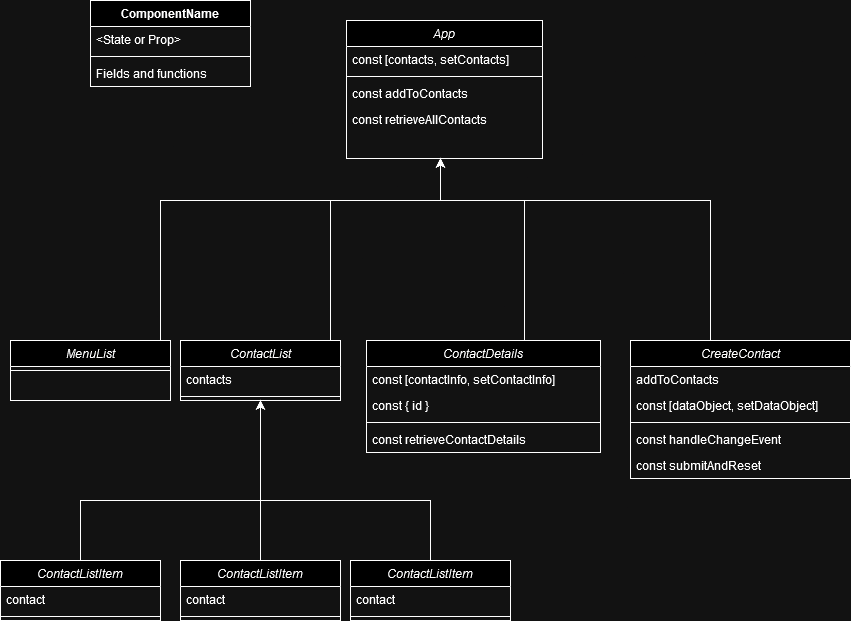
Earlier version of the draw.io export component_tree_dark.png (boolean-uk/react-address-book-part-1). Source tidied: cells renumbered, new cells last; positions are measured from the earlier drawing's top-left corner, leaving out a move shared by most shapes.
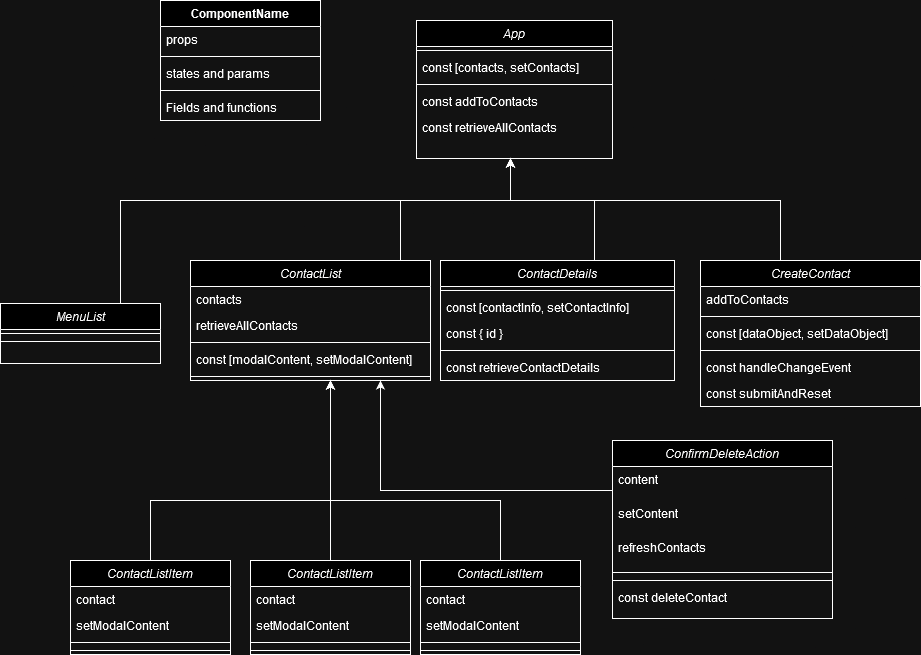
Later version of the same file.

Commit message:
Extension 1/3 - Updated component tree and state_model to handle deletions

Diff of the diagram source:
```diff
@@ -5,32 +5,38 @@
     <mxCell id="2" value="App" style="swimlane;fontStyle=2;align=center;verticalAlign=top;horizontal=1;startSize=26;rounded=0;shadow=0;strokeWidth=1;" parent="1" vertex="1">
       <mxGeometry x="346" y="20" width="196" height="138" as="geometry" />
     </mxCell>
+    <mxCell id="43" style="line;strokeWidth=1;fillColor=none;align=left;verticalAlign=middle;spacingTop=-1;spacingLeft=3;spacingRight=3;labelPosition=right;strokeColor=inherit;" parent="2" vertex="1">
+      <mxGeometry y="26" width="196" height="8" as="geometry" />
+    </mxCell>
     <mxCell id="3" value="const [contacts, setContacts]" style="text;strokeColor=none;fillColor=none;align=left;verticalAlign=top;spacingLeft=4;spacingRight=4;overflow=hidden;whiteSpace=wrap;html=1;" parent="2" vertex="1">
-      <mxGeometry y="26" width="196" height="26" as="geometry" />
+      <mxGeometry y="34" width="196" height="26" as="geometry" />
     </mxCell>
     <mxCell id="4" style="line;html=1;strokeWidth=1;align=left;verticalAlign=middle;spacingTop=-1;spacingLeft=3;spacingRight=3;labelPosition=right;" parent="2" vertex="1">
-      <mxGeometry y="52" width="196" height="8" as="geometry" />
+      <mxGeometry y="60" width="196" height="8" as="geometry" />
     </mxCell>
     <mxCell id="5" value="const addToContacts" style="text;strokeColor=none;fillColor=none;align=left;verticalAlign=top;spacingLeft=4;spacingRight=4;overflow=hidden;whiteSpace=wrap;html=1;" parent="2" vertex="1">
-      <mxGeometry y="60" width="196" height="26" as="geometry" />
+      <mxGeometry y="68" width="196" height="26" as="geometry" />
     </mxCell>
     <mxCell id="6" value="const retrieveAllContacts" style="text;strokeColor=none;fillColor=none;align=left;verticalAlign=top;spacingLeft=4;spacingRight=4;overflow=hidden;whiteSpace=wrap;html=1;" parent="2" vertex="1">
-      <mxGeometry y="86" width="196" height="26" as="geometry" />
+      <mxGeometry y="94" width="196" height="26" as="geometry" />
     </mxCell>
     <mxCell id="7" style="edgeStyle=orthogonalEdgeStyle;rounded=0;jettySize=auto;html=1;" parent="1" edge="1" source="8" target="2">
       <mxGeometry relative="1" as="geometry">
         <Array as="points">
-          <mxPoint x="160" y="200" />
+          <mxPoint x="50" y="200" />
           <mxPoint x="440" y="200" />
         </Array>
       </mxGeometry>
     </mxCell>
     <mxCell id="8" value="MenuList" style="swimlane;fontStyle=2;align=center;verticalAlign=top;horizontal=1;startSize=26;rounded=0;shadow=0;strokeWidth=1;" parent="1" vertex="1">
-      <mxGeometry x="10" y="340" width="160" height="60" as="geometry" />
+      <mxGeometry x="-70" y="303" width="160" height="60" as="geometry" />
     </mxCell>
     <mxCell id="9" style="line;html=1;strokeWidth=1;align=left;verticalAlign=middle;spacingTop=-1;spacingLeft=3;spacingRight=3;labelPosition=right;" parent="8" vertex="1">
       <mxGeometry y="26" width="160" height="8" as="geometry" />
     </mxCell>
+    <mxCell id="44" style="line;strokeWidth=1;fillColor=none;align=left;verticalAlign=middle;spacingTop=-1;spacingLeft=3;spacingRight=3;labelPosition=right;strokeColor=inherit;" parent="8" vertex="1">
+      <mxGeometry y="34" width="160" height="8" as="geometry" />
+    </mxCell>
     <mxCell id="10" style="edgeStyle=orthogonalEdgeStyle;rounded=0;jettySize=auto;html=1;" parent="1" edge="1" source="11" target="2">
       <mxGeometry relative="1" as="geometry">
         <Array as="points">
@@ -40,13 +46,22 @@
       </mxGeometry>
     </mxCell>
     <mxCell id="11" value="ContactList" style="swimlane;fontStyle=2;align=center;verticalAlign=top;horizontal=1;startSize=26;rounded=0;shadow=0;strokeWidth=1;" parent="1" vertex="1">
-      <mxGeometry x="180" y="340" width="160" height="60" as="geometry" />
+      <mxGeometry x="120" y="260" width="240" height="120" as="geometry" />
     </mxCell>
     <mxCell id="12" value="contacts" style="text;strokeColor=none;fillColor=none;align=left;verticalAlign=top;spacingLeft=4;spacingRight=4;overflow=hidden;whiteSpace=wrap;html=1;" parent="11" vertex="1">
-      <mxGeometry y="26" width="160" height="26" as="geometry" />
+      <mxGeometry y="26" width="240" height="26" as="geometry" />
     </mxCell>
+    <mxCell id="45" value="retrieveAllContacts" style="text;strokeColor=none;fillColor=none;align=left;verticalAlign=top;spacingLeft=4;spacingRight=4;overflow=hidden;whiteSpace=wrap;html=1;" parent="11" vertex="1">
+      <mxGeometry y="52" width="240" height="26" as="geometry" />
+    </mxCell>
+    <mxCell id="46" style="line;strokeWidth=1;fillColor=none;align=left;verticalAlign=middle;spacingTop=-1;spacingLeft=3;spacingRight=3;labelPosition=right;strokeColor=inherit;" parent="11" vertex="1">
+      <mxGeometry y="78" width="240" height="8" as="geometry" />
+    </mxCell>
+    <mxCell id="47" value="const [modalContent, setModalContent]" style="text;strokeColor=none;fillColor=none;align=left;verticalAlign=top;spacingLeft=4;spacingRight=4;overflow=hidden;whiteSpace=wrap;html=1;" parent="11" vertex="1">
+      <mxGeometry y="86" width="240" height="26" as="geometry" />
+    </mxCell>
     <mxCell id="13" style="line;html=1;strokeWidth=1;align=left;verticalAlign=middle;spacingTop=-1;spacingLeft=3;spacingRight=3;labelPosition=right;" parent="11" vertex="1">
-      <mxGeometry y="52" width="160" height="8" as="geometry" />
+      <mxGeometry y="112" width="240" height="8" as="geometry" />
     </mxCell>
     <mxCell id="14" style="edgeStyle=orthogonalEdgeStyle;rounded=0;jettySize=auto;html=1;" parent="1" edge="1" source="15" target="2">
       <mxGeometry relative="1" as="geometry">
@@ -57,19 +72,22 @@
       </mxGeometry>
     </mxCell>
     <mxCell id="15" value="ContactDetails" style="swimlane;fontStyle=2;align=center;verticalAlign=top;horizontal=1;startSize=26;rounded=0;shadow=0;strokeWidth=1;" parent="1" vertex="1">
-      <mxGeometry x="366" y="340" width="234" height="112" as="geometry" />
+      <mxGeometry x="370" y="260" width="234" height="120" as="geometry" />
     </mxCell>
+    <mxCell id="48" style="line;strokeWidth=1;fillColor=none;align=left;verticalAlign=middle;spacingTop=-1;spacingLeft=3;spacingRight=3;labelPosition=right;strokeColor=inherit;" parent="15" vertex="1">
+      <mxGeometry y="26" width="234" height="8" as="geometry" />
+    </mxCell>
     <mxCell id="16" value="const [contactInfo, setContactInfo]" style="text;strokeColor=none;fillColor=none;align=left;verticalAlign=top;spacingLeft=4;spacingRight=4;overflow=hidden;whiteSpace=wrap;html=1;" parent="15" vertex="1">
-      <mxGeometry y="26" width="234" height="26" as="geometry" />
+      <mxGeometry y="34" width="234" height="26" as="geometry" />
     </mxCell>
     <mxCell id="17" value="const { id }" style="text;strokeColor=none;fillColor=none;align=left;verticalAlign=top;spacingLeft=4;spacingRight=4;overflow=hidden;whiteSpace=wrap;html=1;" parent="15" vertex="1">
-      <mxGeometry y="52" width="234" height="26" as="geometry" />
+      <mxGeometry y="60" width="234" height="26" as="geometry" />
     </mxCell>
     <mxCell id="18" style="line;html=1;strokeWidth=1;align=left;verticalAlign=middle;spacingTop=-1;spacingLeft=3;spacingRight=3;labelPosition=right;" parent="15" vertex="1">
-      <mxGeometry y="78" width="234" height="8" as="geometry" />
+      <mxGeometry y="86" width="234" height="8" as="geometry" />
     </mxCell>
     <mxCell id="19" value="const retrieveContactDetails" style="text;strokeColor=none;fillColor=none;align=left;verticalAlign=top;spacingLeft=4;spacingRight=4;overflow=hidden;whiteSpace=wrap;html=1;" parent="15" vertex="1">
-      <mxGeometry y="86" width="234" height="26" as="geometry" />
+      <mxGeometry y="94" width="234" height="26" as="geometry" />
     </mxCell>
     <mxCell id="20" style="edgeStyle=orthogonalEdgeStyle;rounded=0;jettySize=auto;html=1;" parent="1" edge="1" source="21" target="2">
       <mxGeometry relative="1" as="geometry">
@@ -80,22 +98,25 @@
       </mxGeometry>
     </mxCell>
     <mxCell id="21" value="CreateContact" style="swimlane;fontStyle=2;align=center;verticalAlign=top;horizontal=1;startSize=26;rounded=0;shadow=0;strokeWidth=1;" parent="1" vertex="1">
-      <mxGeometry x="630" y="340" width="220" height="138" as="geometry" />
+      <mxGeometry x="630" y="260" width="220" height="146" as="geometry" />
     </mxCell>
     <mxCell id="22" value="addToContacts" style="text;strokeColor=none;fillColor=none;align=left;verticalAlign=top;spacingLeft=4;spacingRight=4;overflow=hidden;whiteSpace=wrap;html=1;" parent="21" vertex="1">
       <mxGeometry y="26" width="220" height="26" as="geometry" />
     </mxCell>
+    <mxCell id="49" style="line;strokeWidth=1;fillColor=none;align=left;verticalAlign=middle;spacingTop=-1;spacingLeft=3;spacingRight=3;labelPosition=right;strokeColor=inherit;" parent="21" vertex="1">
+      <mxGeometry y="52" width="220" height="8" as="geometry" />
+    </mxCell>
     <mxCell id="23" value="const [dataObject, setDataObject]" style="text;strokeColor=none;fillColor=none;align=left;verticalAlign=top;spacingLeft=4;spacingRight=4;overflow=hidden;whiteSpace=wrap;html=1;" parent="21" vertex="1">
-      <mxGeometry y="52" width="220" height="26" as="geometry" />
+      <mxGeometry y="60" width="220" height="26" as="geometry" />
     </mxCell>
     <mxCell id="24" style="line;html=1;strokeWidth=1;align=left;verticalAlign=middle;spacingTop=-1;spacingLeft=3;spacingRight=3;labelPosition=right;" parent="21" vertex="1">
-      <mxGeometry y="78" width="220" height="8" as="geometry" />
+      <mxGeometry y="86" width="220" height="8" as="geometry" />
     </mxCell>
     <mxCell id="25" value="const handleChangeEvent" style="text;strokeColor=none;fillColor=none;align=left;verticalAlign=top;spacingLeft=4;spacingRight=4;overflow=hidden;whiteSpace=wrap;html=1;" parent="21" vertex="1">
-      <mxGeometry y="86" width="220" height="26" as="geometry" />
+      <mxGeometry y="94" width="220" height="26" as="geometry" />
     </mxCell>
     <mxCell id="26" value="const submitAndReset" style="text;strokeColor=none;fillColor=none;align=left;verticalAlign=top;spacingLeft=4;spacingRight=4;overflow=hidden;whiteSpace=wrap;html=1;" parent="21" vertex="1">
-      <mxGeometry y="112" width="220" height="26" as="geometry" />
+      <mxGeometry y="120" width="220" height="26" as="geometry" />
     </mxCell>
     <mxCell id="27" style="edgeStyle=orthogonalEdgeStyle;rounded=0;jettySize=auto;html=1;" parent="1" edge="1" source="28" target="11">
       <mxGeometry relative="1" as="geometry">
@@ -106,37 +127,60 @@
       </mxGeometry>
     </mxCell>
     <mxCell id="28" value="ContactListItem" style="swimlane;fontStyle=2;align=center;verticalAlign=top;horizontal=1;startSize=26;rounded=0;shadow=0;strokeWidth=1;" parent="1" vertex="1">
-      <mxGeometry y="560" width="160" height="60" as="geometry" />
+      <mxGeometry y="560" width="160" height="94" as="geometry" />
     </mxCell>
     <mxCell id="29" value="contact" style="text;strokeColor=none;fillColor=none;align=left;verticalAlign=top;spacingLeft=4;spacingRight=4;overflow=hidden;whiteSpace=wrap;html=1;" parent="28" vertex="1">
       <mxGeometry y="26" width="160" height="26" as="geometry" />
     </mxCell>
+    <mxCell id="50" value="setModalContent" style="text;strokeColor=none;fillColor=none;align=left;verticalAlign=top;spacingLeft=4;spacingRight=4;overflow=hidden;whiteSpace=wrap;html=1;" parent="28" vertex="1">
+      <mxGeometry y="52" width="160" height="26" as="geometry" />
+    </mxCell>
+    <mxCell id="51" style="line;strokeWidth=1;fillColor=none;align=left;verticalAlign=middle;spacingTop=-1;spacingLeft=3;spacingRight=3;labelPosition=right;strokeColor=inherit;" parent="28" vertex="1">
+      <mxGeometry y="78" width="160" height="8" as="geometry" />
+    </mxCell>
     <mxCell id="30" style="line;html=1;strokeWidth=1;align=left;verticalAlign=middle;spacingTop=-1;spacingLeft=3;spacingRight=3;labelPosition=right;" parent="28" vertex="1">
-      <mxGeometry y="52" width="160" height="8" as="geometry" />
+      <mxGeometry y="86" width="160" height="8" as="geometry" />
     </mxCell>
     <mxCell id="31" value="ComponentName" style="swimlane;fontStyle=1;align=center;verticalAlign=top;horizontal=1;startSize=26;whiteSpace=wrap;html=1;" parent="1" vertex="1">
-      <mxGeometry x="90" width="160" height="86" as="geometry" />
+      <mxGeometry x="90" width="160" height="120" as="geometry" />
     </mxCell>
-    <mxCell id="32" value="&amp;lt;State or Prop&amp;gt;" style="text;strokeColor=none;fillColor=none;align=left;verticalAlign=top;spacingLeft=4;spacingRight=4;overflow=hidden;whiteSpace=wrap;html=1;" parent="31" vertex="1">
+    <mxCell id="32" value="props" style="text;strokeColor=none;fillColor=none;align=left;verticalAlign=top;spacingLeft=4;spacingRight=4;overflow=hidden;whiteSpace=wrap;html=1;" parent="31" vertex="1">
       <mxGeometry y="26" width="160" height="26" as="geometry" />
     </mxCell>
     <mxCell id="33" style="line;strokeWidth=1;fillColor=none;align=left;verticalAlign=middle;spacingTop=-1;spacingLeft=3;spacingRight=3;labelPosition=right;strokeColor=inherit;" parent="31" vertex="1">
       <mxGeometry y="52" width="160" height="8" as="geometry" />
     </mxCell>
+    <mxCell id="52" value="states and params" style="text;strokeColor=none;fillColor=none;align=left;verticalAlign=top;spacingLeft=4;spacingRight=4;overflow=hidden;whiteSpace=wrap;html=1;" parent="31" vertex="1">
+      <mxGeometry y="60" width="160" height="26" as="geometry" />
+    </mxCell>
+    <mxCell id="53" style="line;strokeWidth=1;fillColor=none;align=left;verticalAlign=middle;spacingTop=-1;spacingLeft=3;spacingRight=3;labelPosition=right;strokeColor=inherit;" parent="31" vertex="1">
+      <mxGeometry y="86" width="160" height="8" as="geometry" />
+    </mxCell>
     <mxCell id="34" value="Fields and functions" style="text;strokeColor=none;fillColor=none;align=left;verticalAlign=top;spacingLeft=4;spacingRight=4;overflow=hidden;whiteSpace=wrap;html=1;" parent="31" vertex="1">
-      <mxGeometry y="60" width="160" height="26" as="geometry" />
+      <mxGeometry y="94" width="160" height="26" as="geometry" />
     </mxCell>
     <mxCell id="35" style="edgeStyle=orthogonalEdgeStyle;rounded=0;jettySize=auto;html=1;" parent="1" edge="1" source="36" target="11">
-      <mxGeometry relative="1" as="geometry" />
+      <mxGeometry relative="1" as="geometry">
+        <Array as="points">
+          <mxPoint x="260" y="430" />
+          <mxPoint x="260" y="430" />
+        </Array>
+      </mxGeometry>
     </mxCell>
     <mxCell id="36" value="ContactListItem" style="swimlane;fontStyle=2;align=center;verticalAlign=top;horizontal=1;startSize=26;rounded=0;shadow=0;strokeWidth=1;" parent="1" vertex="1">
-      <mxGeometry x="180" y="560" width="160" height="60" as="geometry" />
+      <mxGeometry x="180" y="560" width="160" height="94" as="geometry" />
     </mxCell>
     <mxCell id="37" value="contact" style="text;strokeColor=none;fillColor=none;align=left;verticalAlign=top;spacingLeft=4;spacingRight=4;overflow=hidden;whiteSpace=wrap;html=1;" parent="36" vertex="1">
       <mxGeometry y="26" width="160" height="26" as="geometry" />
     </mxCell>
+    <mxCell id="54" value="setModalContent" style="text;strokeColor=none;fillColor=none;align=left;verticalAlign=top;spacingLeft=4;spacingRight=4;overflow=hidden;whiteSpace=wrap;html=1;" parent="36" vertex="1">
+      <mxGeometry y="52" width="160" height="26" as="geometry" />
+    </mxCell>
+    <mxCell id="55" style="line;strokeWidth=1;fillColor=none;align=left;verticalAlign=middle;spacingTop=-1;spacingLeft=3;spacingRight=3;labelPosition=right;strokeColor=inherit;" parent="36" vertex="1">
+      <mxGeometry y="78" width="160" height="8" as="geometry" />
+    </mxCell>
     <mxCell id="38" style="line;html=1;strokeWidth=1;align=left;verticalAlign=middle;spacingTop=-1;spacingLeft=3;spacingRight=3;labelPosition=right;" parent="36" vertex="1">
-      <mxGeometry y="52" width="160" height="8" as="geometry" />
+      <mxGeometry y="86" width="160" height="8" as="geometry" />
     </mxCell>
     <mxCell id="39" style="edgeStyle=orthogonalEdgeStyle;rounded=0;jettySize=auto;html=1;" parent="1" edge="1" source="40" target="11">
       <mxGeometry relative="1" as="geometry">
@@ -147,13 +191,48 @@
       </mxGeometry>
     </mxCell>
     <mxCell id="40" value="ContactListItem" style="swimlane;fontStyle=2;align=center;verticalAlign=top;horizontal=1;startSize=26;rounded=0;shadow=0;strokeWidth=1;" parent="1" vertex="1">
-      <mxGeometry x="350" y="560" width="160" height="60" as="geometry" />
+      <mxGeometry x="350" y="560" width="160" height="94" as="geometry" />
     </mxCell>
     <mxCell id="41" value="contact" style="text;strokeColor=none;fillColor=none;align=left;verticalAlign=top;spacingLeft=4;spacingRight=4;overflow=hidden;whiteSpace=wrap;html=1;" parent="40" vertex="1">
       <mxGeometry y="26" width="160" height="26" as="geometry" />
     </mxCell>
+    <mxCell id="56" value="setModalContent" style="text;strokeColor=none;fillColor=none;align=left;verticalAlign=top;spacingLeft=4;spacingRight=4;overflow=hidden;whiteSpace=wrap;html=1;" parent="40" vertex="1">
+      <mxGeometry y="52" width="160" height="26" as="geometry" />
+    </mxCell>
+    <mxCell id="57" style="line;strokeWidth=1;fillColor=none;align=left;verticalAlign=middle;spacingTop=-1;spacingLeft=3;spacingRight=3;labelPosition=right;strokeColor=inherit;" parent="40" vertex="1">
+      <mxGeometry y="78" width="160" height="8" as="geometry" />
+    </mxCell>
     <mxCell id="42" style="line;html=1;strokeWidth=1;align=left;verticalAlign=middle;spacingTop=-1;spacingLeft=3;spacingRight=3;labelPosition=right;" parent="40" vertex="1">
-      <mxGeometry y="52" width="160" height="8" as="geometry" />
+      <mxGeometry y="86" width="160" height="8" as="geometry" />
     </mxCell>
+    <mxCell id="58" style="edgeStyle=orthogonalEdgeStyle;rounded=0;jettySize=auto;html=1;" parent="1" edge="1" source="59" target="11">
+      <mxGeometry relative="1" as="geometry">
+        <Array as="points">
+          <mxPoint x="652" y="490" />
+          <mxPoint x="310" y="490" />
+        </Array>
+      </mxGeometry>
+    </mxCell>
+    <mxCell id="59" value="ConfirmDeleteAction" style="swimlane;fontStyle=2;align=center;verticalAlign=top;horizontal=1;startSize=26;rounded=0;shadow=0;strokeWidth=1;" parent="1" vertex="1">
+      <mxGeometry x="542" y="440" width="220" height="178" as="geometry" />
+    </mxCell>
+    <mxCell id="60" value="content" style="text;strokeColor=none;fillColor=none;align=left;verticalAlign=top;spacingLeft=4;spacingRight=4;overflow=hidden;whiteSpace=wrap;html=1;" parent="59" vertex="1">
+      <mxGeometry y="26" width="220" height="34" as="geometry" />
+    </mxCell>
+    <mxCell id="61" value="setContent" style="text;strokeColor=none;fillColor=none;align=left;verticalAlign=top;spacingLeft=4;spacingRight=4;overflow=hidden;whiteSpace=wrap;html=1;" parent="59" vertex="1">
+      <mxGeometry y="60" width="220" height="34" as="geometry" />
+    </mxCell>
+    <mxCell id="62" value="refreshContacts" style="text;strokeColor=none;fillColor=none;align=left;verticalAlign=top;spacingLeft=4;spacingRight=4;overflow=hidden;whiteSpace=wrap;html=1;" parent="59" vertex="1">
+      <mxGeometry y="94" width="220" height="34" as="geometry" />
+    </mxCell>
+    <mxCell id="63" style="line;strokeWidth=1;fillColor=none;align=left;verticalAlign=middle;spacingTop=-1;spacingLeft=3;spacingRight=3;labelPosition=right;strokeColor=inherit;" parent="59" vertex="1">
+      <mxGeometry y="128" width="220" height="8" as="geometry" />
+    </mxCell>
+    <mxCell id="64" style="line;html=1;strokeWidth=1;align=left;verticalAlign=middle;spacingTop=-1;spacingLeft=3;spacingRight=3;labelPosition=right;" parent="59" vertex="1">
+      <mxGeometry y="136" width="220" height="8" as="geometry" />
+    </mxCell>
+    <mxCell id="65" value="const deleteContact" style="text;strokeColor=none;fillColor=none;align=left;verticalAlign=top;spacingLeft=4;spacingRight=4;overflow=hidden;whiteSpace=wrap;html=1;" parent="59" vertex="1">
+      <mxGeometry y="144" width="220" height="34" as="geometry" />
+    </mxCell>
   </root>
 </mxGraphModel>
```
